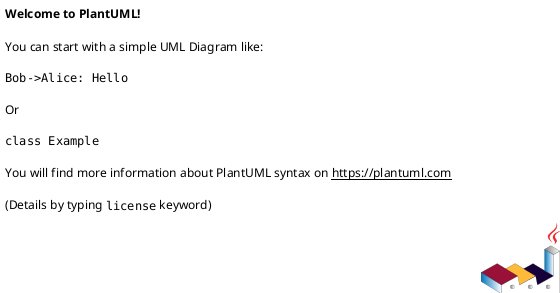
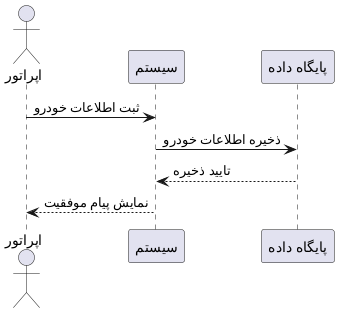
@startuml
+ actor "اپراتور" as Operator
+ 
+ participant "سیستم" as System
+ participant "پایگاه داده" as DB
+ 
+ Operator -> System : ثبت اطلاعات خودرو
+ System -> DB : ذخیره اطلاعات خودرو
+ DB --> System : تایید ذخیره
+ System --> Operator : نمایش پیام موفقیت
+ 
@enduml
